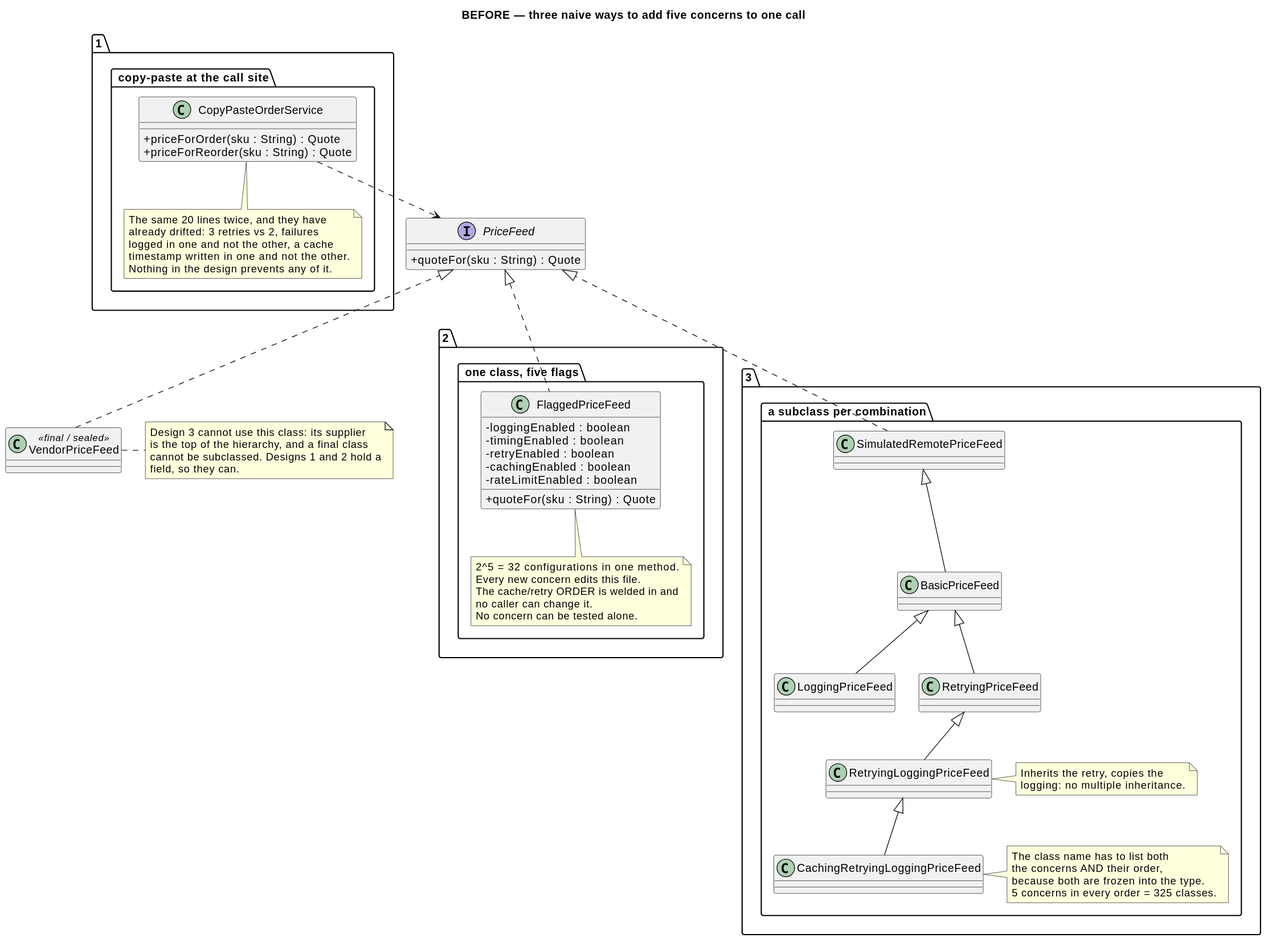
Before: src/main/java/dev/kaldiroglu/dp/structural/decorator/middleware/problem/uml/Decorator-Middleware-Problem.svg, a diagram exported from PlantUML (kaldiroglu/DesignPatternsWithJava).
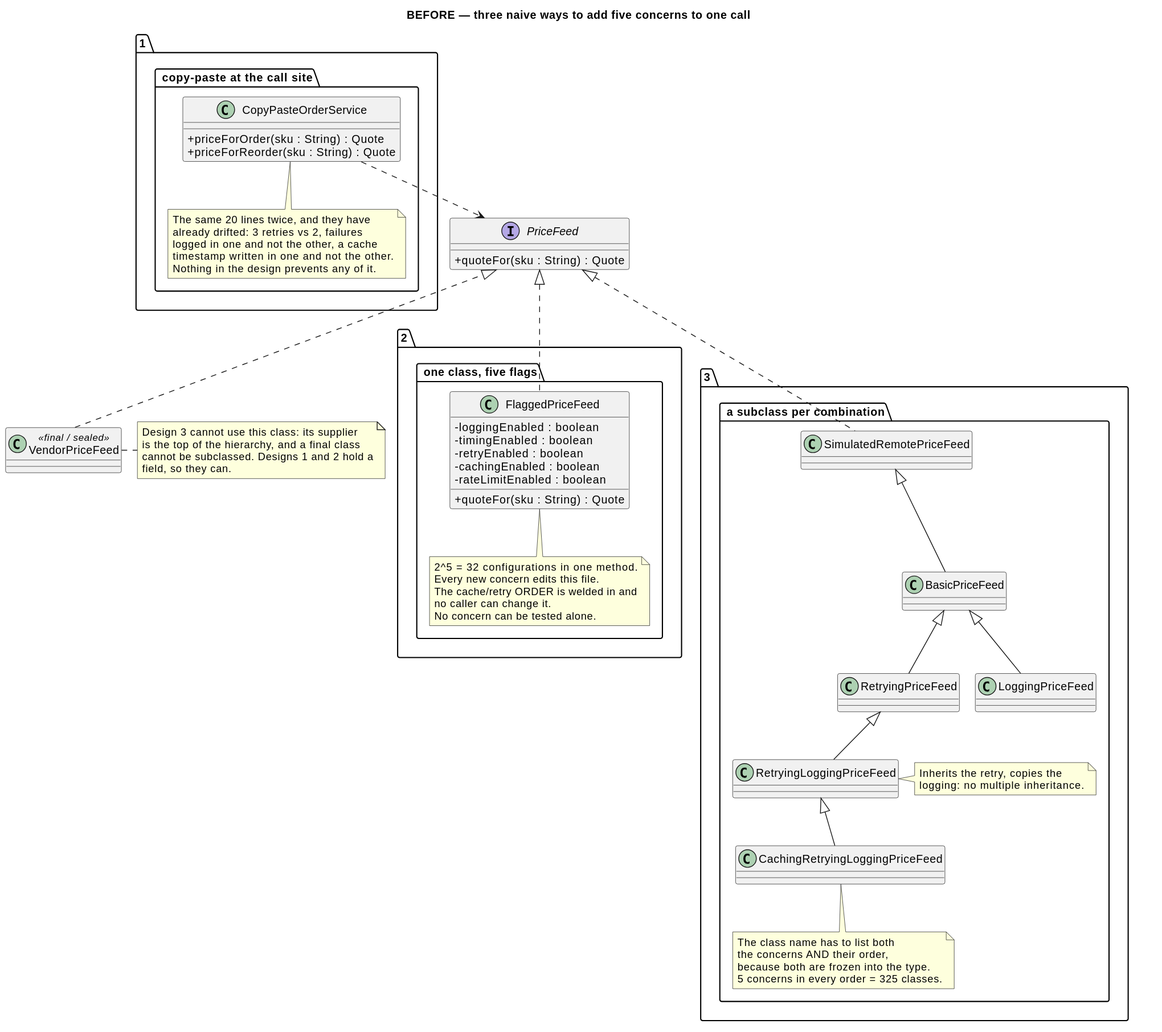
After the commit.

The edit, as a diff of the source:
```diff
@@ -1,6 +1,6 @@
 @startuml
+skinparam nodesep 20
 skinparam linetype polyline
-skinparam nodesep 30
 skinparam class {
   BackgroundColor<<spacer>> transparent
   BorderColor<<spacer>> transparent
@@ -57,8 +57,6 @@
 
   SimulatedRemotePriceFeed <|-- BasicPriceFeed
   BasicPriceFeed <|-- LoggingPriceFeed
-class " " as Spacer1 <<spacer>>
-BasicPriceFeed -[hidden]- Spacer1
   BasicPriceFeed <|-- RetryingPriceFeed
   RetryingPriceFeed <|-- RetryingLoggingPriceFeed
   RetryingLoggingPriceFeed <|-- CachingRetryingLoggingPriceFeed
@@ -67,7 +65,7 @@
     Inherits the retry, copies the
     logging: no multiple inheritance.
   end note
-  note right of CachingRetryingLoggingPriceFeed
+  note bottom of CachingRetryingLoggingPriceFeed
     The class name has to list both
     the concerns AND their order,
     because both are frozen into the type.
@@ -77,8 +75,6 @@
 
 PriceFeed <|.. FlaggedPriceFeed
 PriceFeed <|.. SimulatedRemotePriceFeed
-class " " as Spacer2 <<spacer>>
-PriceFeed -[hidden]- Spacer2
 
 class VendorPriceFeed <<final / sealed>>
 PriceFeed <|.. VendorPriceFeed
@@ -90,4 +86,8 @@
 end note
 
 CopyPasteOrderService ..> PriceFeed
+class " " as Spacer1 <<spacer>>
+BasicPriceFeed -[hidden]- Spacer1
+RetryingPriceFeed -[hidden]right- Spacer1
+Spacer1 -[hidden]right- LoggingPriceFeed
 @enduml
```
